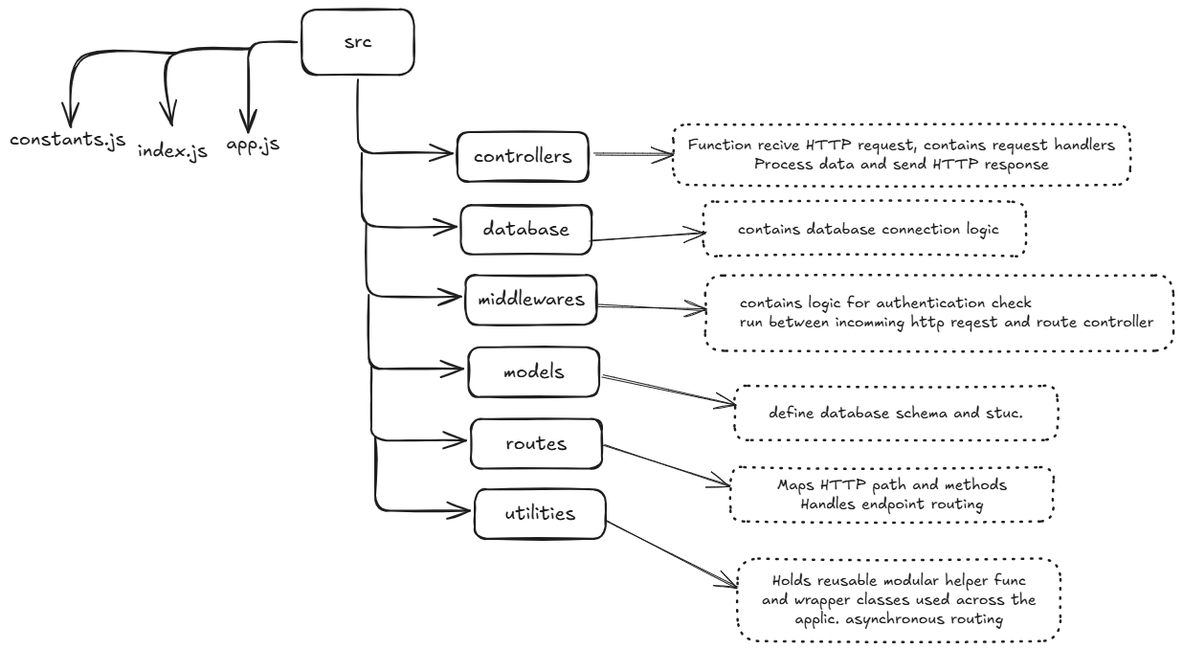
Alone-Prodipta/Backend keeps this Excalidraw diagram as mini_project/map.excalidraw.png. Above is the earlier version. Source tidied: one line per element, renumbered; positions are measured from the earlier drawing's top-left corner, leaving out a move shared by most shapes.
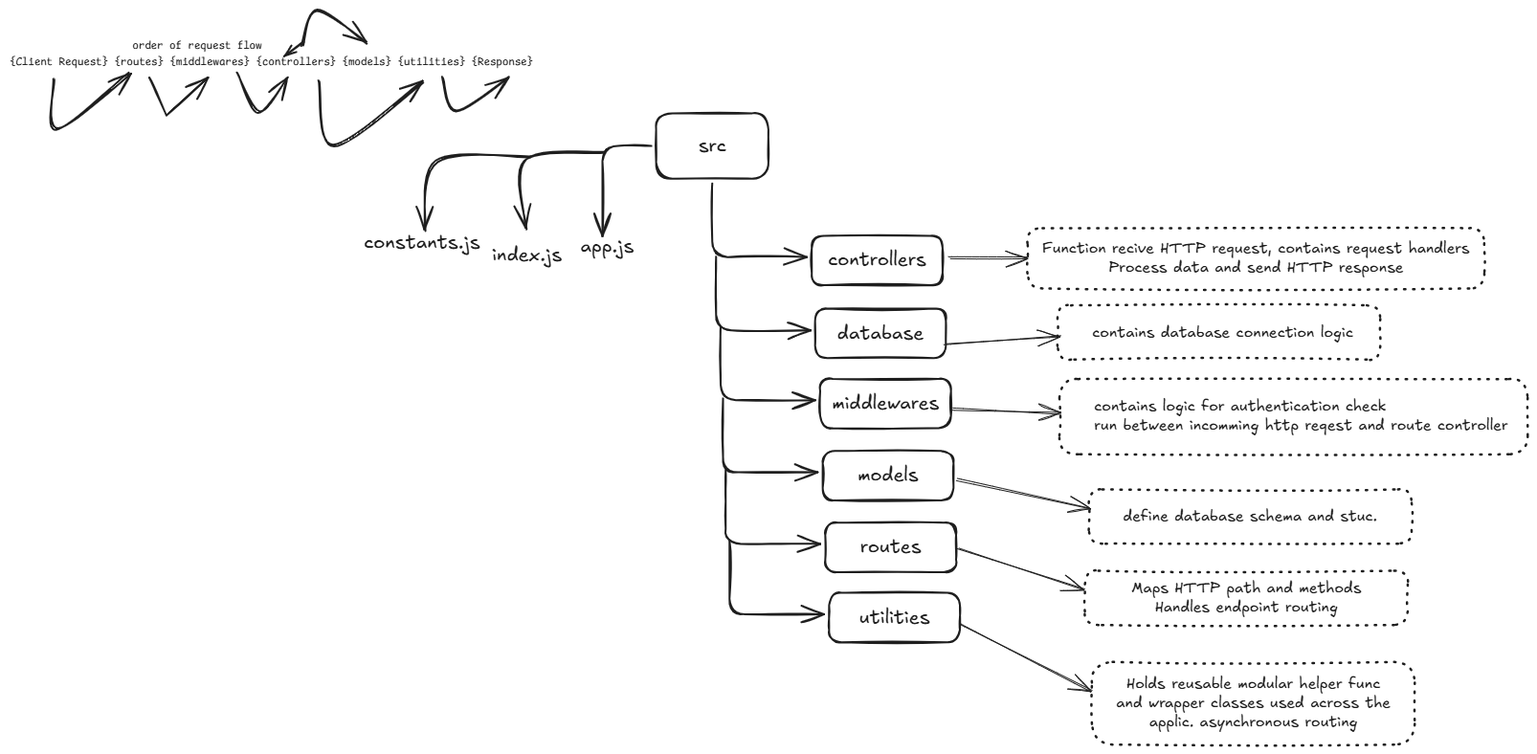
Above is the later version.

Diff of the diagram source:
```diff
@@ -42,3 +42,12 @@
 {"id": 41, "type": "rectangle", "strokeColor": "#1e1e1e", "strokeWidth": 2, "strokeStyle": "dotted", "roughness": 1, "round": true, "x": 757, "y": 393, "width": 337, "height": 57}
 {"id": 42, "type": "text", "text": "define database schema and stuc.", "strokeColor": "#1e1e1e", "strokeWidth": 2, "strokeStyle": "dotted", "roughness": 1, "fontSize": 16, "fontFamily": 5, "textAlign": "center", "verticalAlign": "middle", "inside": 41, "x": 793, "y": 411, "width": 265, "height": 20}
 {"id": 43, "type": "arrow", "strokeColor": "#1e1e1e", "strokeWidth": 1, "roughness": 1, "endArrowhead": "arrow", "round": true, "from": 12, "to": 41, "x": 619, "y": 382, "width": 139, "height": 31, "points": [[0, 0], [139, 31]]}
+{"id": 44, "type": "text", "text": "{Client Request} {routes} {middlewares} {controllers} {models} {utilities} {Response}", "strokeColor": "#1e1e1e", "strokeWidth": 2, "roughness": 1, "fontSize": 11.7, "fontFamily": 8, "x": -370, "y": -61, "width": 547, "height": 15}
+{"id": 45, "type": "text", "text": "order of request flow", "strokeColor": "#1e1e1e", "strokeWidth": 2, "roughness": 1, "fontSize": 11.7, "fontFamily": 8, "x": -242, "y": -78, "width": 135, "height": 15}
+{"id": 46, "type": "arrow", "strokeColor": "#1e1e1e", "strokeWidth": 2, "roughness": 1, "endArrowhead": "arrow", "round": true, "from": 44, "to": 44, "x": -324, "y": -35, "width": 79, "height": 58, "points": [[0, 0], [3, 52], [79, -7]]}
+{"id": 47, "type": "arrow", "strokeColor": "#1e1e1e", "strokeWidth": 2, "roughness": 1, "endArrowhead": "arrow", "from": 44, "to": 44, "x": -224, "y": -37, "width": 61, "height": 40, "points": [[0, 0], [18, 40], [61, 0]]}
+{"id": 48, "type": "arrow", "strokeColor": "#1e1e1e", "strokeWidth": 2, "roughness": 1, "endArrowhead": "arrow", "round": true, "from": 44, "to": 44, "x": -133, "y": -41, "width": 54, "height": 40, "points": [[0, 0], [23, 40], [54, 5]]}
+{"id": 49, "type": "arrow", "strokeColor": "#1e1e1e", "strokeWidth": 2, "roughness": 1, "endArrowhead": "arrow", "round": true, "from": 44, "to": 44, "x": -48, "y": -33, "width": 109, "height": 67, "points": [[0, 0], [16, 67], [109, 0]]}
+{"id": 50, "type": "arrow", "strokeColor": "#1e1e1e", "strokeWidth": 2, "roughness": 1, "endArrowhead": "arrow", "round": true, "from": 44, "to": 44, "x": -65, "y": -71, "width": 67, "height": 37, "points": [[0, 0], [16, -37], [67, -2]]}
+{"id": 51, "type": "arrow", "strokeColor": "#1e1e1e", "strokeWidth": 2, "roughness": 1, "endArrowhead": "arrow", "round": true, "x": -63, "y": -75, "width": 20, "height": 15, "points": [[0, 0], [-20, 15]]}
+{"id": 52, "type": "arrow", "strokeColor": "#1e1e1e", "strokeWidth": 2, "roughness": 1, "endArrowhead": "arrow", "round": true, "from": 44, "to": 44, "x": 82, "y": -37, "width": 69, "height": 36, "points": [[0, 0], [15, 35], [69, -1]]}
```
